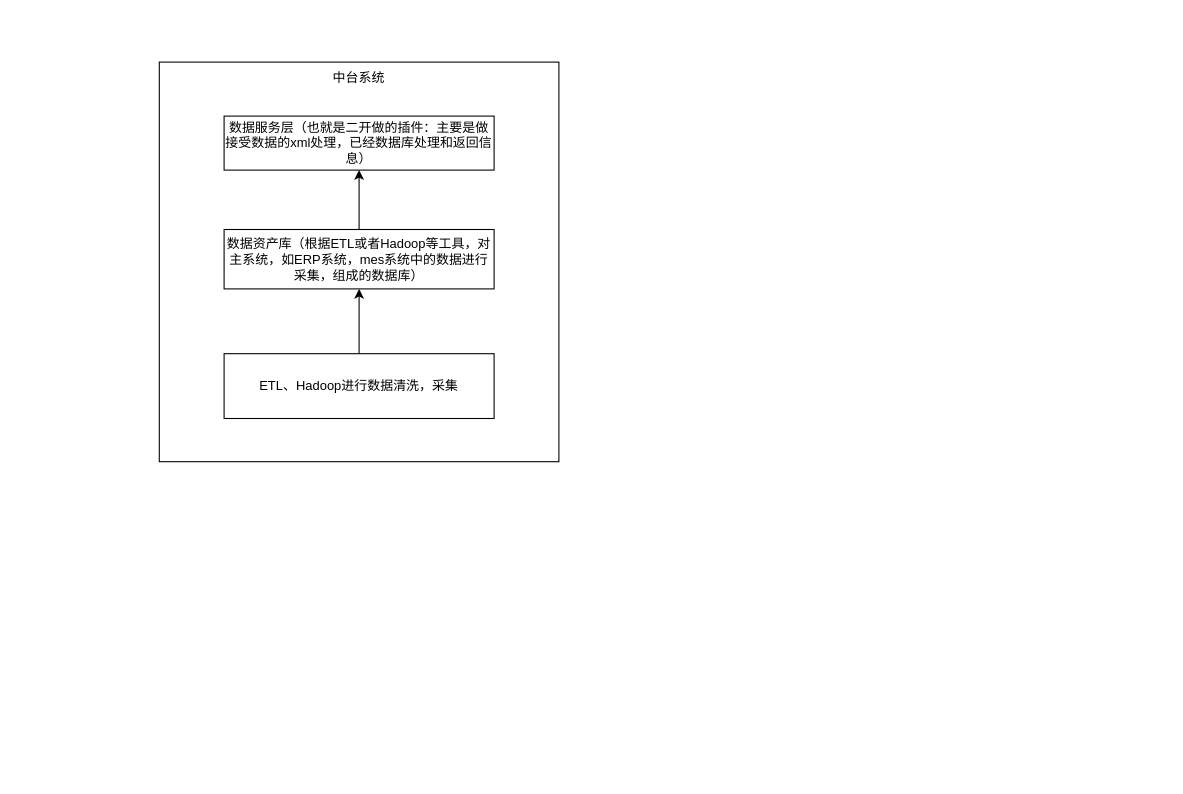
Cen-Yaozu/draw keeps this draw.io diagram as 中台系统逻辑梳理.drawio. Above is the earlier version. Source tidied: cells renumbered, new cells numbered last; positions are measured from the earlier drawing's top-left corner, leaving out a move shared by most shapes. Both pictures are drawn from the tidied source at 108%, with x=0, y=0 at pixel (159, 62).
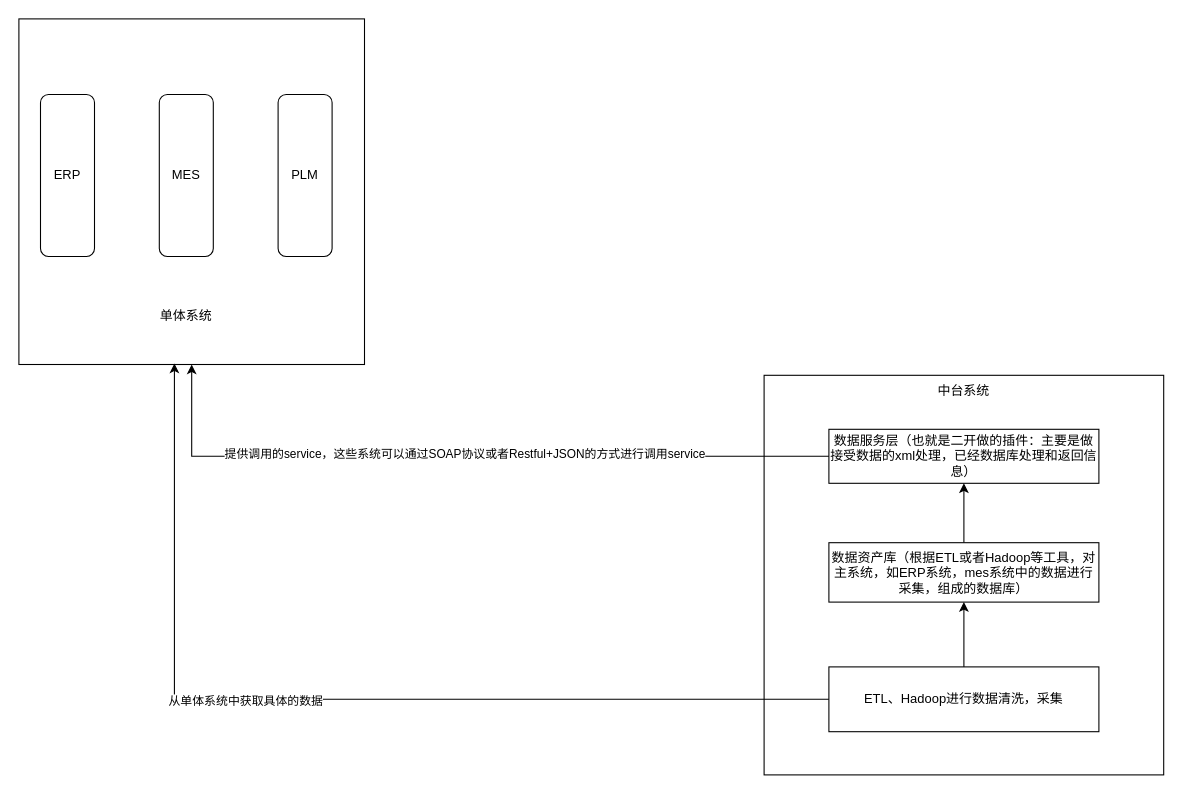
The same diagram, later.

Commit message (it also covers changes not shown here):
更新中台系统逻辑梳理.drawio

Diff of the diagram source:
```diff
@@
 <mxGraphModel>
   <root>
     <mxCell id="0" />
     <mxCell id="1" parent="0" />
+    <mxCell id="9" style="group;" parent="1" vertex="1">
+      <mxGeometry x="560" y="290" width="370" height="370" as="geometry" />
+    </mxCell>
-    <mxCell id="2" style="whiteSpace=wrap;html=1;" parent="1" vertex="1">
+    <mxCell id="2" style="whiteSpace=wrap;html=1;" parent="9" vertex="1">
       <mxGeometry width="370" height="370" as="geometry" />
     </mxCell>
-    <mxCell id="3" value="数据服务层（也就是二开做的插件：主要是做接受数据的xml处理，已经数据库处理和返回信息）" style="rounded=0;whiteSpace=wrap;html=1;" parent="1" vertex="1">
+    <mxCell id="3" value="数据服务层（也就是二开做的插件：主要是做接受数据的xml处理，已经数据库处理和返回信息）" style="rounded=0;whiteSpace=wrap;html=1;" parent="9" vertex="1">
       <mxGeometry x="60" y="50" width="250" height="50" as="geometry" />
     </mxCell>
-    <mxCell id="4" style="edgeStyle=orthogonalEdgeStyle;rounded=0;jettySize=auto;html=1;" parent="1" edge="1" source="5" target="3">
+    <mxCell id="4" style="edgeStyle=orthogonalEdgeStyle;rounded=0;jettySize=auto;html=1;" parent="9" edge="1" source="5" target="3">
       <mxGeometry relative="1" as="geometry" />
     </mxCell>
-    <mxCell id="5" value="数据资产库（根据ETL或者Hadoop等工具，对主系统，如ERP系统，mes系统中的数据进行采集，组成的数据库）" style="rounded=0;whiteSpace=wrap;html=1;" parent="1" vertex="1">
+    <mxCell id="5" value="数据资产库（根据ETL或者Hadoop等工具，对主系统，如ERP系统，mes系统中的数据进行采集，组成的数据库）" style="rounded=0;whiteSpace=wrap;html=1;" parent="9" vertex="1">
       <mxGeometry x="60" y="155" width="250" height="55" as="geometry" />
     </mxCell>
-    <mxCell id="6" style="edgeStyle=orthogonalEdgeStyle;rounded=0;jettySize=auto;html=1;" parent="1" edge="1" source="7" target="5">
+    <mxCell id="6" style="edgeStyle=orthogonalEdgeStyle;rounded=0;jettySize=auto;html=1;" parent="9" edge="1" source="7" target="5">
       <mxGeometry relative="1" as="geometry" />
     </mxCell>
-    <mxCell id="7" value="ETL、Hadoop进行数据清洗，采集" style="rounded=0;whiteSpace=wrap;html=1;" parent="1" vertex="1">
+    <mxCell id="7" value="ETL、Hadoop进行数据清洗，采集" style="rounded=0;whiteSpace=wrap;html=1;" parent="9" vertex="1">
       <mxGeometry x="60" y="270" width="250" height="60" as="geometry" />
     </mxCell>
-    <mxCell id="8" value="中台系统" style="text;html=1;align=center;verticalAlign=middle;whiteSpace=wrap;rounded=0;" parent="1" vertex="1">
+    <mxCell id="8" value="中台系统" style="text;html=1;align=center;verticalAlign=middle;whiteSpace=wrap;rounded=0;" parent="9" vertex="1">
       <mxGeometry x="155" width="60" height="30" as="geometry" />
     </mxCell>
+    <mxCell id="10" style="group;" parent="1" vertex="1">
+      <mxGeometry x="-130" y="-40" width="320" height="320" as="geometry" />
+    </mxCell>
+    <mxCell id="11" style="whiteSpace=wrap;html=1;" parent="10" vertex="1">
+      <mxGeometry width="320" height="320" as="geometry" />
+    </mxCell>
+    <mxCell id="12" value="ERP" style="rounded=1;whiteSpace=wrap;html=1;" parent="10" vertex="1">
+      <mxGeometry x="20" y="70" width="50" height="150" as="geometry" />
+    </mxCell>
+    <mxCell id="13" value="MES" style="rounded=1;whiteSpace=wrap;html=1;" parent="10" vertex="1">
+      <mxGeometry x="130" y="70" width="50" height="150" as="geometry" />
+    </mxCell>
+    <mxCell id="14" value="PLM" style="rounded=1;whiteSpace=wrap;html=1;" parent="10" vertex="1">
+      <mxGeometry x="240" y="70" width="50" height="150" as="geometry" />
+    </mxCell>
+    <mxCell id="15" value="单体系统" style="text;html=1;align=center;verticalAlign=middle;whiteSpace=wrap;rounded=0;" parent="10" vertex="1">
+      <mxGeometry x="125" y="260" width="60" height="30" as="geometry" />
+    </mxCell>
+    <mxCell id="16" style="edgeStyle=orthogonalEdgeStyle;rounded=0;jettySize=auto;html=1;" parent="1" edge="1" source="3" target="11">
+      <mxGeometry relative="1" as="geometry" />
+    </mxCell>
+    <mxCell id="17" value="提供调用的service，这些系统可以通过SOAP协议或者Restful+JSON的方式进行调用service" style="edgeLabel;html=1;align=center;verticalAlign=middle;" parent="16" vertex="1">
+      <mxGeometry y="-3" relative="1" as="geometry" />
+    </mxCell>
+    <mxCell id="18" style="edgeStyle=orthogonalEdgeStyle;rounded=0;jettySize=auto;html=1;entryX=0.45;entryY=0.997;entryDx=0;entryDy=0;entryPerimeter=0;" parent="1" edge="1" source="7" target="11">
+      <mxGeometry relative="1" as="geometry" />
+    </mxCell>
+    <mxCell id="19" value="从单体系统中获取具体的数据" style="edgeLabel;html=1;align=center;verticalAlign=middle;" parent="18" vertex="1">
+      <mxGeometry x="0.18" y="1" relative="1" as="geometry" />
+    </mxCell>
   </root>
 </mxGraphModel>
```
